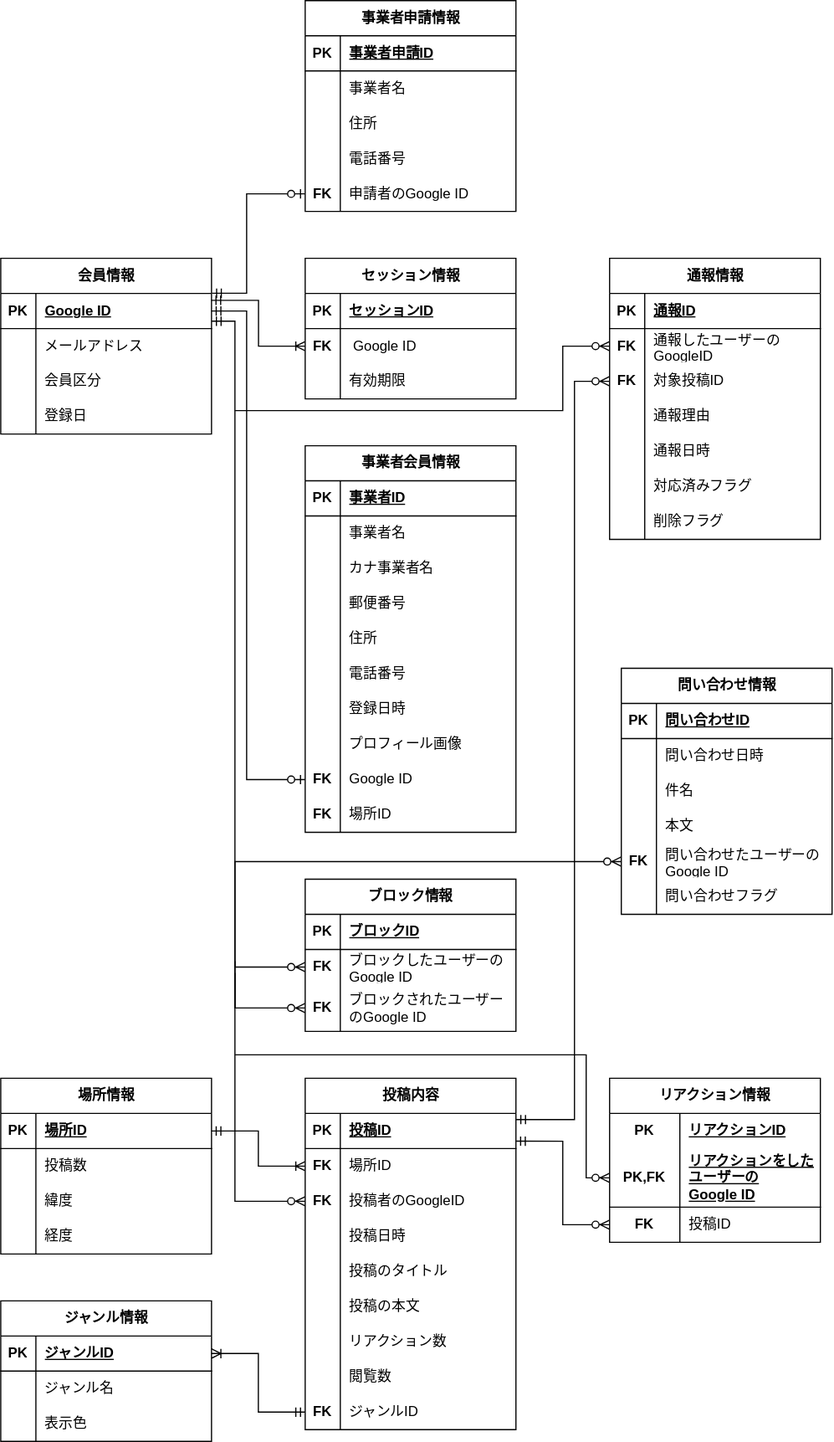
The draw.io diagram figures/section7_database.svg in KUT-Group12/internal_design, before a commit. Source tidied: cells renumbered, new cells last; positions are measured from the earlier drawing's top-left corner, leaving out a move shared by most shapes.
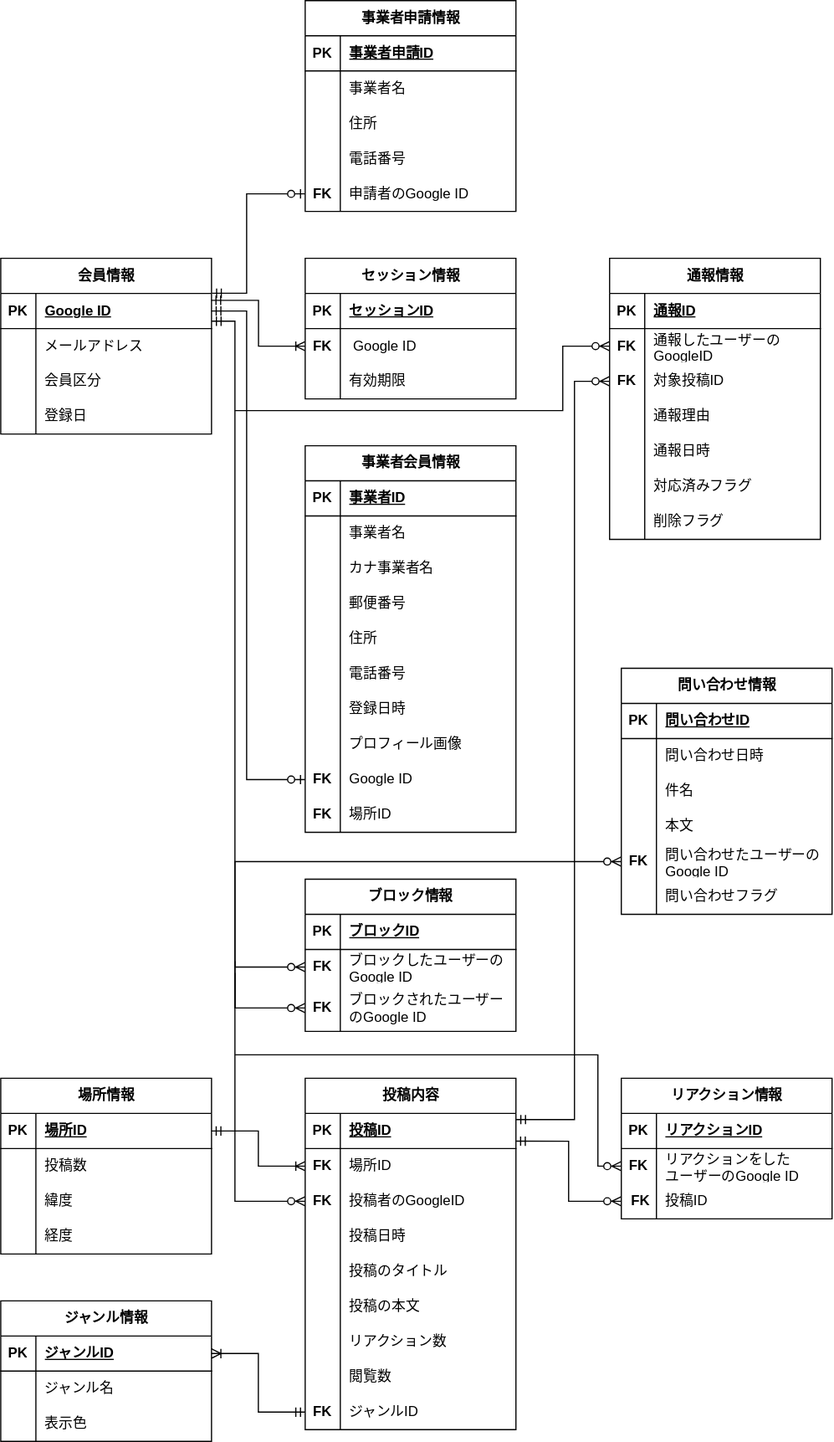
Later version of the same file.

Commit message:
docs : リアクション情報テーブルのリアクションをしたユーザーのGoogle IDを主キーでなくしました

Diff of the diagram source:
```diff
@@ -575,55 +575,55 @@
         </Array>
       </mxGeometry>
     </mxCell>
+    <mxCell id="195" style="edgeStyle=orthogonalEdgeStyle;fontSize=12;html=1;endArrow=ERzeroToMany;startArrow=ERmandOne;rounded=0;exitX=1.001;exitY=0.175;exitDx=0;exitDy=0;exitPerimeter=0;entryX=0;entryY=0.5;entryDx=0;entryDy=0;" parent="1" edge="1" source="91" target="151">
+      <mxGeometry relative="1" as="geometry">
+        <Array as="points">
+          <mxPoint x="490" y="955" />
+          <mxPoint x="490" y="325" />
+        </Array>
+      </mxGeometry>
+    </mxCell>
+    <mxCell id="196" style="edgeStyle=orthogonalEdgeStyle;fontSize=12;html=1;endArrow=ERzeroToMany;startArrow=ERmandOne;rounded=0;exitX=1;exitY=0.789;exitDx=0;exitDy=0;exitPerimeter=0;entryX=0;entryY=0.5;entryDx=0;entryDy=0;" parent="1" edge="1" source="91" target="201">
+      <mxGeometry relative="1" as="geometry" />
+    </mxCell>
-    <mxCell id="184" value="リアクション情報" style="shape=table;startSize=30;rowLines=0;fontStyle=1;align=center;html=1;whiteSpace=wrap;" parent="1" vertex="1">
-      <mxGeometry x="520" y="920" width="180" height="140" as="geometry" />
+    <mxCell id="184" value="リアクション情報" style="shape=table;startSize=30;rowLines=0;fontStyle=1;align=center;html=1;" parent="1" vertex="1">
+      <mxGeometry x="530" y="920" width="180" height="120" as="geometry" />
     </mxCell>
-    <mxCell id="185" style="shape=tableRow;horizontal=0;startSize=0;swimlaneHead=0;swimlaneBody=0;fillColor=none;top=0;left=0;right=0;bottom=0;html=1;" parent="184" vertex="1">
-      <mxGeometry y="30" width="180" height="30" as="geometry" />
-    </mxCell>
+    <mxCell id="197" style="shape=tableRow;horizontal=0;startSize=0;swimlaneHead=0;swimlaneBody=0;fillColor=none;top=0;left=0;right=0;bottom=1;" parent="184" vertex="1">
+      <mxGeometry y="30" width="180" height="30" as="geometry" />
+    </mxCell>
-    <mxCell id="186" value="PK" style="shape=partialRectangle;fillColor=none;top=0;left=0;bottom=0;right=0;fontStyle=1;overflow=hidden;html=1;whiteSpace=wrap;" parent="185" vertex="1">
-      <mxGeometry width="60" height="30" as="geometry" />
+    <mxCell id="186" value="PK" style="shape=partialRectangle;fillColor=none;top=0;left=0;bottom=0;right=0;fontStyle=1;overflow=hidden;whiteSpace=wrap;html=1;" parent="197" vertex="1">
+      <mxGeometry width="30" height="30" as="geometry" />
     </mxCell>
-    <mxCell id="187" value="リアクションID" style="shape=partialRectangle;fillColor=none;top=0;left=0;bottom=0;right=0;align=left;spacingLeft=6;fontStyle=5;overflow=hidden;html=1;whiteSpace=wrap;" parent="185" vertex="1">
-      <mxGeometry x="60" width="120" height="30" as="geometry" />
+    <mxCell id="187" value="リアクションID" style="shape=partialRectangle;fillColor=none;top=0;left=0;bottom=0;right=0;align=left;spacingLeft=6;fontStyle=5;overflow=hidden;whiteSpace=wrap;html=1;" parent="197" vertex="1">
+      <mxGeometry x="30" width="150" height="30" as="geometry" />
     </mxCell>
-    <mxCell id="188" style="shape=tableRow;horizontal=0;startSize=0;swimlaneHead=0;swimlaneBody=0;fillColor=none;points=[[0,0.5],[1,0.5]];portConstraint=eastwest;top=0;left=0;right=0;bottom=1;html=1;" parent="184" vertex="1">
-      <mxGeometry y="60" width="180" height="50" as="geometry" />
-    </mxCell>
-    <mxCell id="189" value="PK,FK" style="shape=partialRectangle;fillColor=none;top=0;left=0;bottom=0;right=0;fontStyle=1;overflow=hidden;html=1;whiteSpace=wrap;" parent="188" vertex="1">
-      <mxGeometry width="60" height="50" as="geometry" />
-    </mxCell>
-    <mxCell id="190" value="リアクションをしたユーザーの&lt;br&gt;Google ID" style="shape=partialRectangle;fillColor=none;top=0;left=0;bottom=0;right=0;align=left;spacingLeft=6;fontStyle=5;overflow=hidden;html=1;whiteSpace=wrap;" parent="188" vertex="1">
-      <mxGeometry x="60" width="120" height="50" as="geometry" />
-    </mxCell>
-    <mxCell id="191" style="shape=tableRow;horizontal=0;startSize=0;swimlaneHead=0;swimlaneBody=0;fillColor=none;points=[[0,0.5],[1,0.5]];portConstraint=eastwest;top=0;left=0;right=0;bottom=0;html=1;" parent="184" vertex="1">
-      <mxGeometry y="110" width="180" height="30" as="geometry" />
-    </mxCell>
-    <mxCell id="192" value="&lt;b&gt;FK&lt;/b&gt;" style="shape=partialRectangle;fillColor=none;top=0;left=0;bottom=0;right=0;overflow=hidden;html=1;whiteSpace=wrap;" parent="191" vertex="1">
-      <mxGeometry width="60" height="30" as="geometry" />
-    </mxCell>
+    <mxCell id="198" style="shape=tableRow;horizontal=0;startSize=0;swimlaneHead=0;swimlaneBody=0;fillColor=none;points=[[0,0.5],[1,0.5]];portConstraint=eastwest;top=0;left=0;right=0;bottom=0;" parent="184" vertex="1">
+      <mxGeometry y="60" width="180" height="30" as="geometry" />
+    </mxCell>
+    <mxCell id="199" value="&lt;b&gt;FK&lt;/b&gt;" style="shape=partialRectangle;fillColor=none;top=0;left=0;bottom=0;right=0;overflow=hidden;whiteSpace=wrap;html=1;" parent="198" vertex="1">
+      <mxGeometry width="30" height="30" as="geometry" />
+    </mxCell>
+    <mxCell id="200" value="リアクションをした&lt;br&gt;ユーザーのGoogle ID" style="shape=partialRectangle;fillColor=none;top=0;left=0;bottom=0;right=0;align=left;spacingLeft=6;overflow=hidden;whiteSpace=wrap;html=1;" parent="198" vertex="1">
+      <mxGeometry x="30" width="150" height="30" as="geometry" />
+    </mxCell>
+    <mxCell id="201" style="shape=tableRow;horizontal=0;startSize=0;swimlaneHead=0;swimlaneBody=0;fillColor=none;points=[[0,0.5],[1,0.5]];portConstraint=eastwest;top=0;left=0;right=0;bottom=0;" parent="184" vertex="1">
+      <mxGeometry y="90" width="180" height="30" as="geometry" />
+    </mxCell>
+    <mxCell id="202" value="&lt;b&gt;&amp;nbsp;FK&lt;/b&gt;" style="shape=partialRectangle;fillColor=none;top=0;left=0;bottom=0;right=0;overflow=hidden;whiteSpace=wrap;html=1;" parent="201" vertex="1">
+      <mxGeometry width="30" height="30" as="geometry" />
+    </mxCell>
-    <mxCell id="193" value="投稿ID" style="shape=partialRectangle;fillColor=none;top=0;left=0;bottom=0;right=0;align=left;spacingLeft=6;overflow=hidden;html=1;whiteSpace=wrap;" parent="191" vertex="1">
-      <mxGeometry x="60" width="120" height="30" as="geometry" />
+    <mxCell id="193" value="投稿ID" style="shape=partialRectangle;fillColor=none;top=0;left=0;bottom=0;right=0;align=left;spacingLeft=6;overflow=hidden;whiteSpace=wrap;html=1;" parent="201" vertex="1">
+      <mxGeometry x="30" width="150" height="30" as="geometry" />
     </mxCell>
-    <mxCell id="194" style="edgeStyle=orthogonalEdgeStyle;fontSize=12;html=1;endArrow=ERzeroToMany;endFill=1;rounded=0;entryX=0;entryY=0.5;entryDx=0;entryDy=0;" parent="1" edge="1" target="188">
-      <mxGeometry relative="1" as="geometry">
-        <mxPoint x="200" y="900" as="sourcePoint" />
-        <Array as="points">
-          <mxPoint x="500" y="900" />
-          <mxPoint x="500" y="1005" />
-        </Array>
-      </mxGeometry>
-    </mxCell>
-    <mxCell id="195" style="edgeStyle=orthogonalEdgeStyle;fontSize=12;html=1;endArrow=ERzeroToMany;startArrow=ERmandOne;rounded=0;exitX=1.001;exitY=0.175;exitDx=0;exitDy=0;exitPerimeter=0;entryX=0;entryY=0.5;entryDx=0;entryDy=0;" parent="1" edge="1" source="91" target="151">
-      <mxGeometry relative="1" as="geometry">
-        <Array as="points">
-          <mxPoint x="490" y="955" />
-          <mxPoint x="490" y="325" />
-        </Array>
-      </mxGeometry>
-    </mxCell>
-    <mxCell id="196" style="edgeStyle=orthogonalEdgeStyle;fontSize=12;html=1;endArrow=ERzeroToMany;startArrow=ERmandOne;rounded=0;exitX=1;exitY=0.789;exitDx=0;exitDy=0;exitPerimeter=0;entryX=0;entryY=0.5;entryDx=0;entryDy=0;" parent="1" edge="1" source="91" target="191">
-      <mxGeometry relative="1" as="geometry" />
-    </mxCell>
+    <mxCell id="203" style="edgeStyle=orthogonalEdgeStyle;fontSize=12;html=1;endArrow=ERzeroToMany;endFill=1;rounded=0;entryX=0;entryY=0.5;entryDx=0;entryDy=0;" parent="1" edge="1" target="198">
+      <mxGeometry relative="1" as="geometry">
+        <mxPoint x="200" y="900" as="sourcePoint" />
+        <Array as="points">
+          <mxPoint x="510" y="900" />
+          <mxPoint x="510" y="995" />
+        </Array>
+      </mxGeometry>
+    </mxCell>
   </root>
 </mxGraphModel>
```
